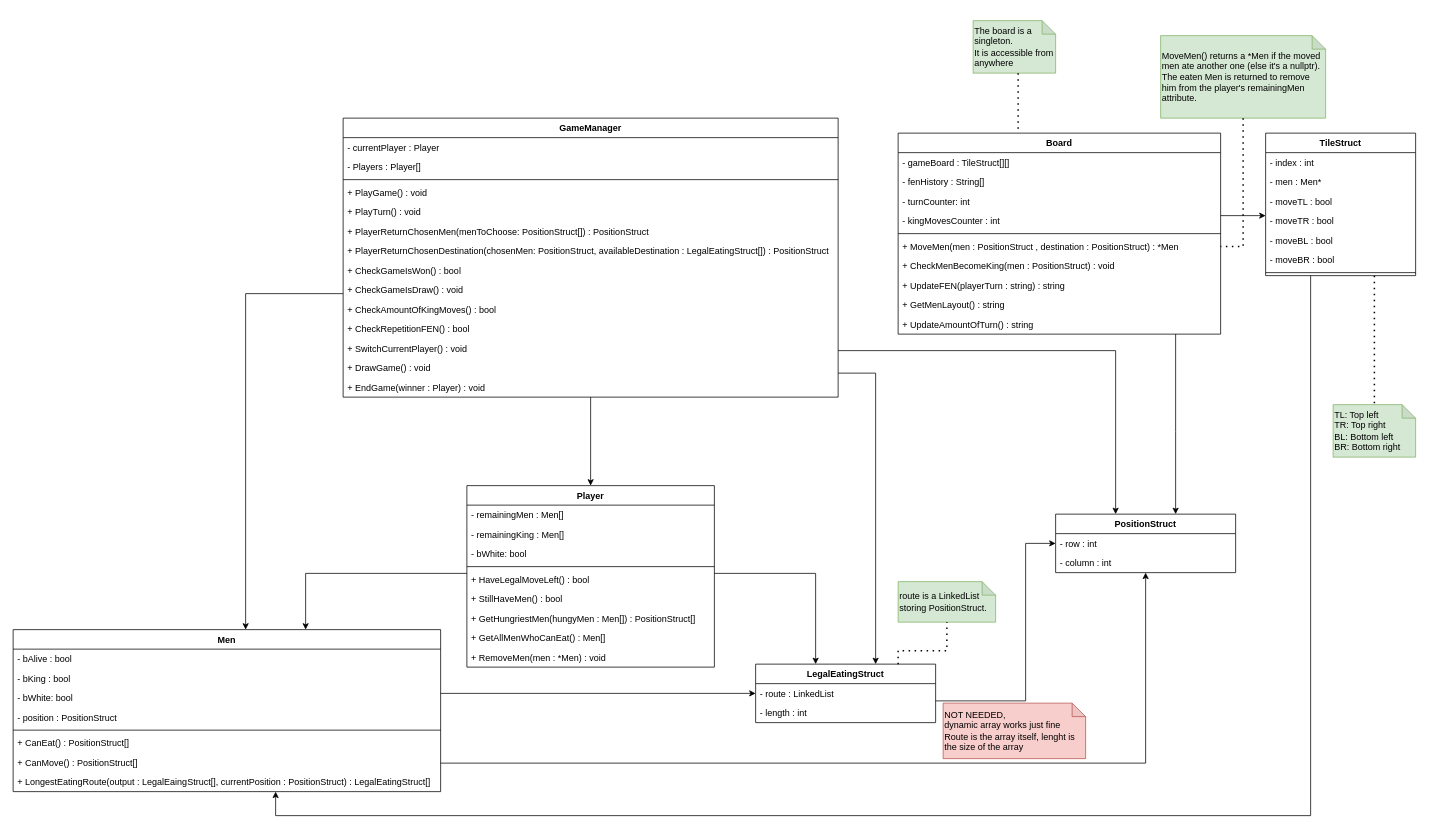
TheKrillenum/Draught keeps this draw.io diagram as page "Draughts Class Diagrams" (1 of 6) of Draughts.drawio. Above is the earlier version. Source tidied: cells renumbered, new cells numbered last; positions are measured from the earlier drawing's top-left corner, leaving out a move shared by most shapes. Both pictures are drawn from the tidied source at 75%, with x=0, y=0 at pixel (13, 20).
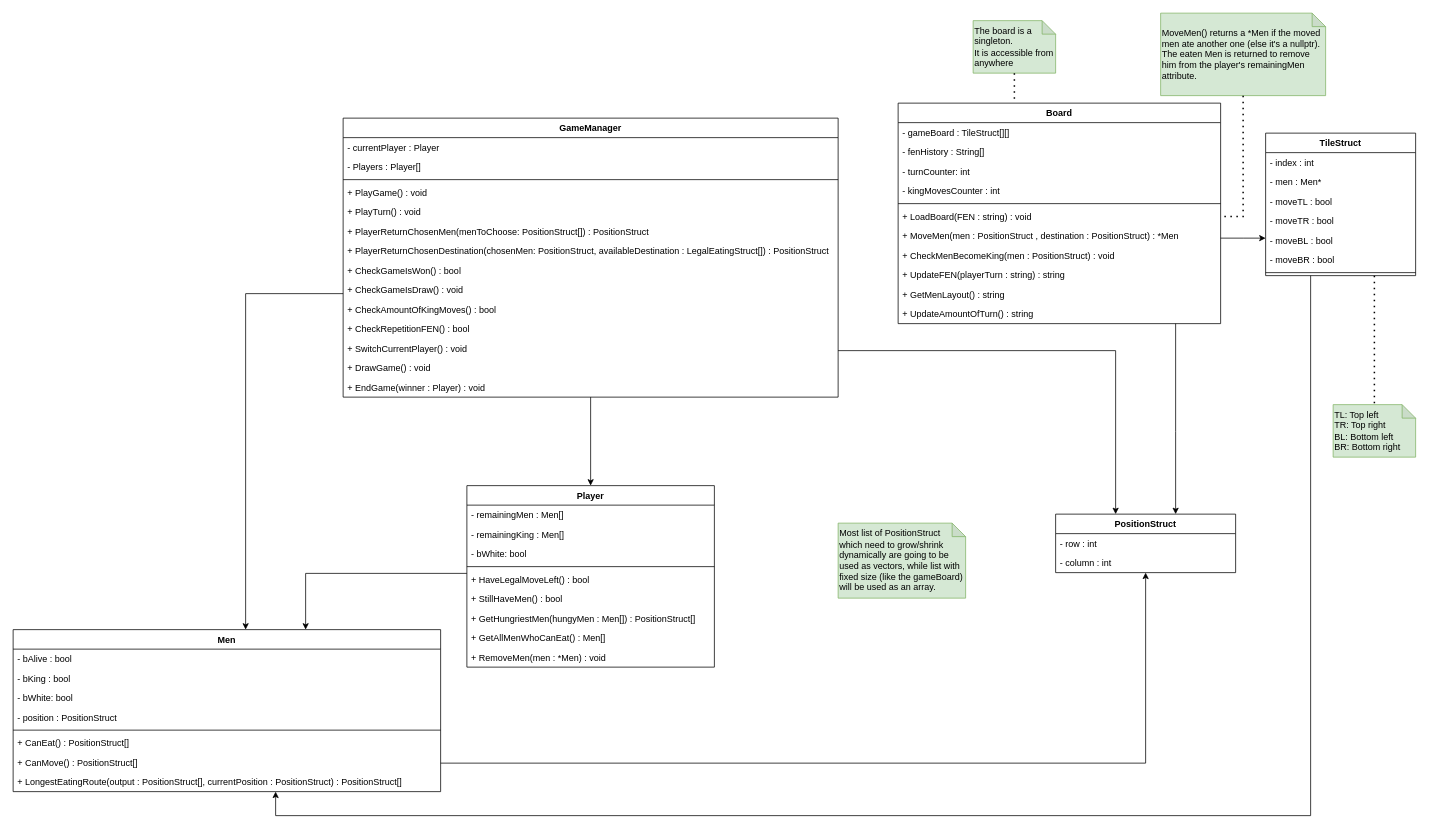
Above is the later version.

The change refers to these unchanged cells:
```xml
<mxCell id="28" value="Men" style="swimlane;fontStyle=1;align=center;verticalAlign=top;horizontal=1;startSize=26;" parent="1" vertex="1">
  <mxGeometry y="812" width="570" height="216" as="geometry" />
</mxCell>
<mxCell id="40" value="PositionStruct" style="swimlane;fontStyle=1;align=center;verticalAlign=top;horizontal=1;startSize=26;" parent="1" vertex="1">
  <mxGeometry x="1390" y="658" width="240" height="78" as="geometry" />
</mxCell>
<mxCell id="43" value="Player" style="swimlane;fontStyle=1;align=center;verticalAlign=top;horizontal=1;startSize=26;" parent="1" vertex="1">
  <mxGeometry x="605" y="620" width="330" height="242" as="geometry" />
</mxCell>
<mxCell id="53" value="TileStruct" style="swimlane;fontStyle=1;align=center;verticalAlign=top;horizontal=1;startSize=26;" parent="1" vertex="1">
  <mxGeometry x="1670" y="150" width="200" height="190" as="geometry" />
</mxCell>
```

Diff of the diagram source:
```diff
@@
     <mxCell id="2" value="Board" style="swimlane;fontStyle=1;align=center;verticalAlign=top;horizontal=1;startSize=26;" parent="1" vertex="1">
-      <mxGeometry x="1180" y="150" width="430" height="268" as="geometry" />
+      <mxGeometry x="1180" y="110" width="430" height="294" as="geometry" />
     </mxCell>
@@
-    <mxCell id="8" value="+ MoveMen(men : PositionStruct , destination : PositionStruct) : *Men" style="text;strokeColor=none;fillColor=none;align=left;verticalAlign=top;spacingLeft=4;spacingRight=4;overflow=hidden;points=[[0,0.5],[1,0.5]];portConstraint=eastwest;" parent="2" vertex="1">
+    <mxCell id="8" value="+ LoadBoard(FEN : string) : void" style="text;strokeColor=none;fillColor=none;align=left;verticalAlign=top;spacingLeft=4;spacingRight=4;overflow=hidden;points=[[0,0.5],[1,0.5]];portConstraint=eastwest;" parent="2" vertex="1">
       <mxGeometry y="138" width="430" height="26" as="geometry" />
     </mxCell>
+    <mxCell id="82" value="+ MoveMen(men : PositionStruct , destination : PositionStruct) : *Men" style="text;strokeColor=none;fillColor=none;align=left;verticalAlign=top;spacingLeft=4;spacingRight=4;overflow=hidden;" parent="2" vertex="1">
+      <mxGeometry y="164" width="430" height="26" as="geometry" />
+    </mxCell>
     <mxCell id="9" value="+ CheckMenBecomeKing(men : PositionStruct) : void" style="text;strokeColor=none;fillColor=none;align=left;verticalAlign=top;spacingLeft=4;spacingRight=4;overflow=hidden;" parent="2" vertex="1">
-      <mxGeometry y="164" width="430" height="26" as="geometry" />
+      <mxGeometry y="190" width="430" height="26" as="geometry" />
     </mxCell>
     <mxCell id="10" value="+ UpdateFEN(playerTurn : string) : string" style="text;strokeColor=none;fillColor=none;align=left;verticalAlign=top;spacingLeft=4;spacingRight=4;overflow=hidden;" parent="2" vertex="1">
-      <mxGeometry y="190" width="430" height="26" as="geometry" />
+      <mxGeometry y="216" width="430" height="26" as="geometry" />
     </mxCell>
     <mxCell id="11" value="+ GetMenLayout() : string" style="text;strokeColor=none;fillColor=none;align=left;verticalAlign=top;spacingLeft=4;spacingRight=4;overflow=hidden;" parent="2" vertex="1">
-      <mxGeometry y="216" width="430" height="26" as="geometry" />
+      <mxGeometry y="242" width="430" height="26" as="geometry" />
     </mxCell>
     <mxCell id="12" value="+ UpdateAmountOfTurn() : string" style="text;strokeColor=none;fillColor=none;align=left;verticalAlign=top;spacingLeft=4;spacingRight=4;overflow=hidden;" parent="2" vertex="1">
-      <mxGeometry y="242" width="430" height="26" as="geometry" />
+      <mxGeometry y="268" width="430" height="26" as="geometry" />
     </mxCell>
@@
-    <mxCell id="36" value="+ LongestEatingRoute(output : LegalEaingStruct[], currentPosition : PositionStruct) : LegalEatingStruct[]" style="text;strokeColor=none;fillColor=none;align=left;verticalAlign=top;spacingLeft=4;spacingRight=4;overflow=hidden;" parent="28" vertex="1">
+    <mxCell id="36" value="+ LongestEatingRoute(output : PositionStruct[], currentPosition : PositionStruct) : PositionStruct[]" style="text;strokeColor=none;fillColor=none;align=left;verticalAlign=top;spacingLeft=4;spacingRight=4;overflow=hidden;" parent="28" vertex="1">
       <mxGeometry y="190" width="570" height="26" as="geometry" />
     </mxCell>
-    <mxCell id="37" value="LegalEatingStruct" style="swimlane;fontStyle=1;align=center;verticalAlign=top;horizontal=1;startSize=26;" parent="1" vertex="1">
-      <mxGeometry x="990" y="858" width="240" height="78" as="geometry" />
-    </mxCell>
-    <mxCell id="38" value="- route : LinkedList" style="text;strokeColor=none;fillColor=none;align=left;verticalAlign=top;spacingLeft=4;spacingRight=4;overflow=hidden;" parent="37" vertex="1">
-      <mxGeometry y="26" width="240" height="26" as="geometry" />
-    </mxCell>
-    <mxCell id="39" value="- length : int" style="text;strokeColor=none;fillColor=none;align=left;verticalAlign=top;spacingLeft=4;spacingRight=4;overflow=hidden;" parent="37" vertex="1">
-      <mxGeometry y="52" width="240" height="26" as="geometry" />
-    </mxCell>
@@
     <mxCell id="61" value="MoveMen() returns a *Men if the moved men ate another one (else it's a nullptr). The eaten Men is returned to remove him from the player's remainingMen attribute." style="shape=note;whiteSpace=wrap;html=1;backgroundOutline=1;darkOpacity=0.05;align=left;size=18;fillColor=#d5e8d4;strokeColor=#82b366;" parent="1" vertex="1">
-      <mxGeometry x="1530" y="20" width="220" height="110" as="geometry" />
+      <mxGeometry x="1530" y="-10" width="220" height="110" as="geometry" />
     </mxCell>
@@
-    <mxCell id="66" style="edgeStyle=orthogonalEdgeStyle;jettySize=auto;html=1;rounded=0;" parent="1" edge="1" source="43" target="37">
-      <mxGeometry relative="1" as="geometry">
-        <Array as="points">
-          <mxPoint x="1070" y="737" />
-        </Array>
-      </mxGeometry>
-    </mxCell>
-    <mxCell id="67" style="edgeStyle=orthogonalEdgeStyle;jettySize=auto;html=1;rounded=0;" parent="1" edge="1" target="37">
-      <mxGeometry relative="1" as="geometry">
-        <mxPoint x="1100" y="470" as="sourcePoint" />
-        <Array as="points">
-          <mxPoint x="1150" y="470" />
-        </Array>
-      </mxGeometry>
-    </mxCell>
     <mxCell id="68" style="edgeStyle=orthogonalEdgeStyle;jettySize=auto;html=1;rounded=0;" parent="1" edge="1" source="2" target="53">
       <mxGeometry relative="1" as="geometry">
         <Array as="points">
-          <mxPoint x="1660" y="260" />
-          <mxPoint x="1660" y="260" />
+          <mxPoint x="1640" y="290" />
+          <mxPoint x="1640" y="290" />
         </Array>
       </mxGeometry>
     </mxCell>
-    <mxCell id="69" style="edgeStyle=orthogonalEdgeStyle;jettySize=auto;html=1;rounded=0;" parent="1" edge="1" source="28" target="37">
-      <mxGeometry relative="1" as="geometry">
-        <Array as="points">
-          <mxPoint x="620" y="897" />
-          <mxPoint x="620" y="897" />
-        </Array>
-      </mxGeometry>
-    </mxCell>
@@
-    <mxCell id="74" value="route is a LinkedList storing PositionStruct." style="shape=note;whiteSpace=wrap;html=1;backgroundOutline=1;darkOpacity=0.05;align=left;size=18;fillColor=#d5e8d4;strokeColor=#82b366;" parent="1" vertex="1">
-      <mxGeometry x="1180" y="748" width="130" height="54" as="geometry" />
-    </mxCell>
-    <mxCell id="75" style="endArrow=none;dashed=1;html=1;dashPattern=1 3;strokeWidth=2;rounded=0;edgeStyle=orthogonalEdgeStyle;" parent="1" edge="1" source="37" target="74">
-      <mxGeometry relative="1" as="geometry">
-        <Array as="points">
-          <mxPoint x="1180" y="840" />
-          <mxPoint x="1245" y="840" />
-        </Array>
-      </mxGeometry>
-    </mxCell>
-    <mxCell id="76" style="edgeStyle=orthogonalEdgeStyle;jettySize=auto;html=1;rounded=0;" parent="1" edge="1" source="37" target="40">
-      <mxGeometry relative="1" as="geometry">
-        <Array as="points">
-          <mxPoint x="1350" y="907" />
-          <mxPoint x="1350" y="697" />
-        </Array>
-      </mxGeometry>
-    </mxCell>
@@
-    <mxCell id="81" value="NOT NEEDED,&lt;br&gt;dynamic array works just fine&lt;br&gt;Route is the array itself, lenght is the size of the array" style="shape=note;whiteSpace=wrap;html=1;backgroundOutline=1;darkOpacity=0.05;align=left;size=18;fillColor=#f8cecc;strokeColor=#b85450;" parent="1" vertex="1">
-      <mxGeometry x="1240" y="910" width="190" height="74" as="geometry" />
-    </mxCell>
+    <mxCell id="83" value="Most list of PositionStruct which need to grow/shrink dynamically are going to be used as vectors, while list with fixed size (like the gameBoard) will be used as an array." style="shape=note;whiteSpace=wrap;html=1;backgroundOutline=1;darkOpacity=0.05;align=left;size=18;fillColor=#d5e8d4;strokeColor=#82b366;" parent="1" vertex="1">
+      <mxGeometry x="1100" y="670" width="170" height="100" as="geometry" />
+    </mxCell>
```
